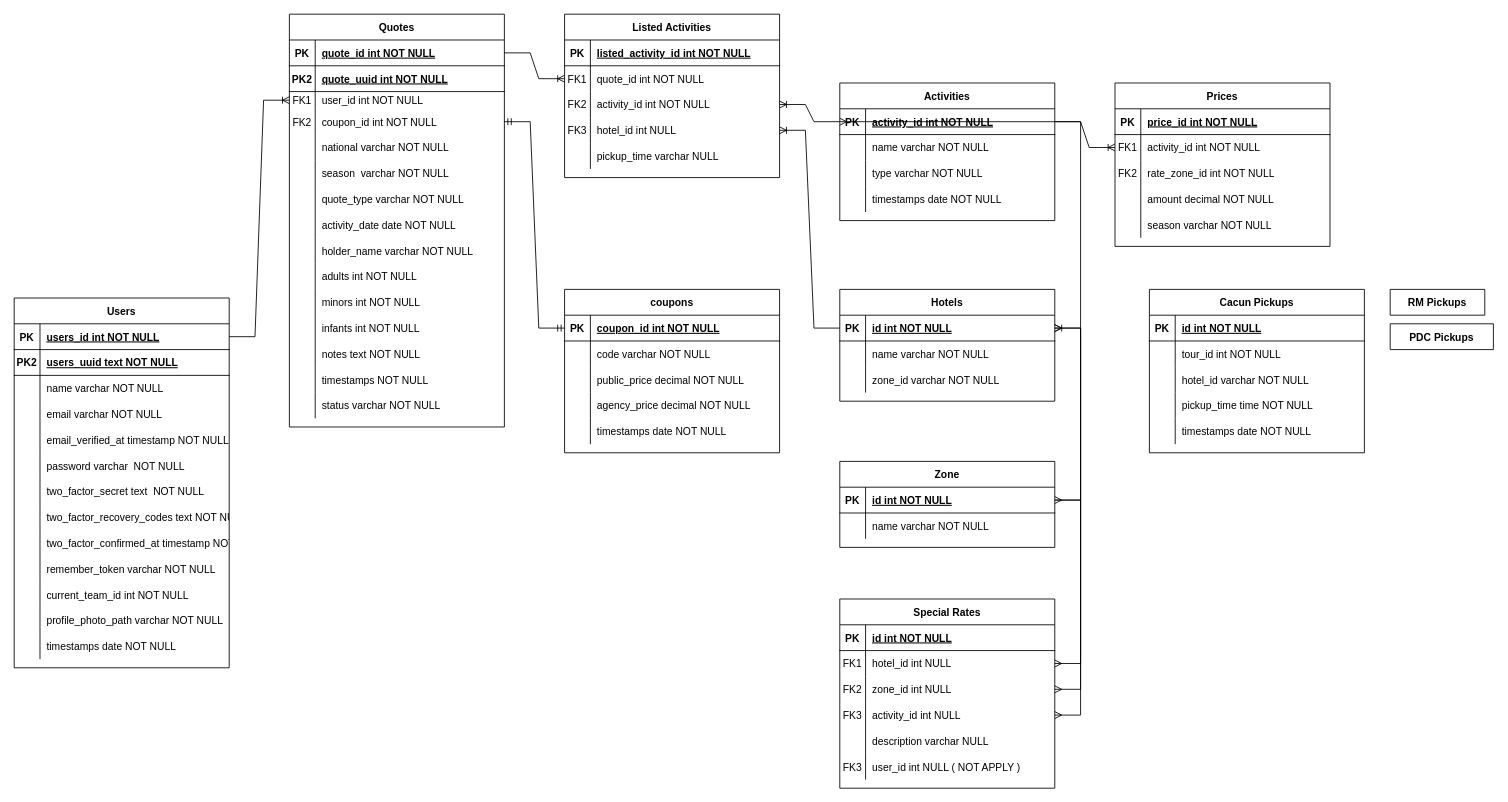
The draw.io diagram Diagrama sin título.drawio in Pcbtroniks/quote, before the edit. Source tidied: cells renumbered, new cells numbered last; positions are measured from the earlier drawing's top-left corner, leaving out a move shared by most shapes. Both pictures are drawn from the tidied source at 86%, with x=0, y=0 at pixel (14, 14).
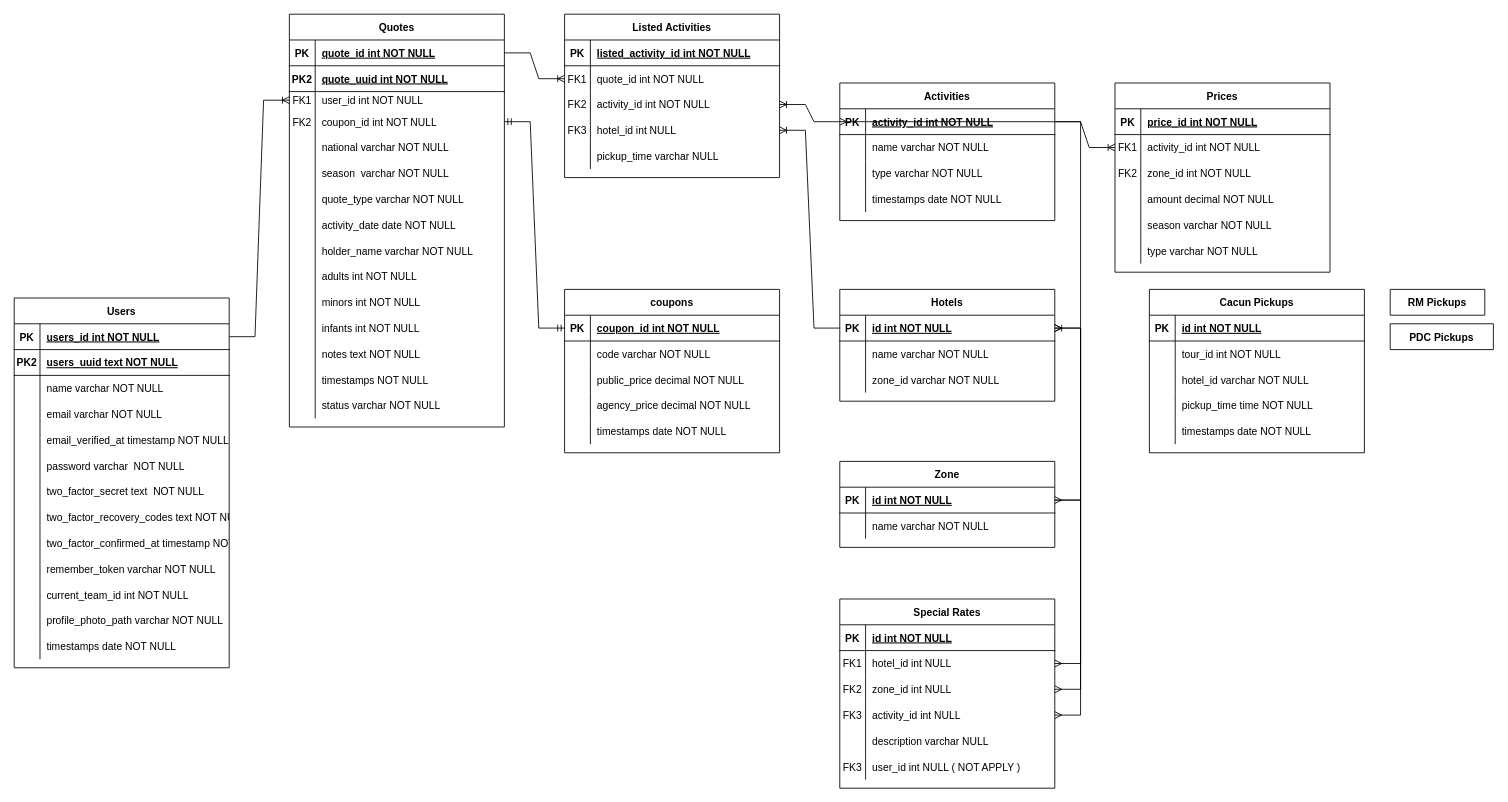
Above is the later version.

Commit message:
Price table fixed

Unchanged cells that the change refers to:
```xml
<mxCell id="108" style="shape=partialRectangle;fillColor=none;top=0;left=0;right=0;bottom=0;" parent="101" vertex="1">
  <mxGeometry y="90" width="250" height="30" as="geometry" />
</mxCell>
```

What changed in the source:
```diff
@@
     <mxCell id="101" value="Prices" style="shape=table;startSize=30;childLayout=tableLayout;rowLines=0;fontStyle=1;align=center;" parent="1" vertex="1">
-      <mxGeometry x="1280" y="80" width="250" height="190" as="geometry" />
+      <mxGeometry x="1280" y="80" width="250" height="220" as="geometry" />
     </mxCell>
@@
-    <mxCell id="110" value="rate_zone_id int NOT NULL" style="shape=partialRectangle;overflow=hidden;fillColor=none;top=0;left=0;bottom=0;right=0;align=left;spacingLeft=6;" parent="108" vertex="1">
+    <mxCell id="110" value="zone_id int NOT NULL" style="shape=partialRectangle;overflow=hidden;fillColor=none;top=0;left=0;bottom=0;right=0;align=left;spacingLeft=6;" parent="108" vertex="1">
       <mxGeometry x="30" width="220" height="30" as="geometry" />
     </mxCell>
@@
+    <mxCell id="213" style="shape=partialRectangle;fillColor=none;top=0;left=0;right=0;bottom=0;" parent="101" vertex="1">
+      <mxGeometry y="180" width="250" height="30" as="geometry" />
+    </mxCell>
+    <mxCell id="214" style="shape=partialRectangle;overflow=hidden;fillColor=none;top=0;left=0;bottom=0;right=0;" parent="213" vertex="1">
+      <mxGeometry width="30" height="30" as="geometry" />
+    </mxCell>
+    <mxCell id="215" value="type varchar NOT NULL" style="shape=partialRectangle;overflow=hidden;fillColor=none;top=0;left=0;bottom=0;right=0;align=left;spacingLeft=6;" parent="213" vertex="1">
+      <mxGeometry x="30" width="220" height="30" as="geometry" />
+    </mxCell>
```
